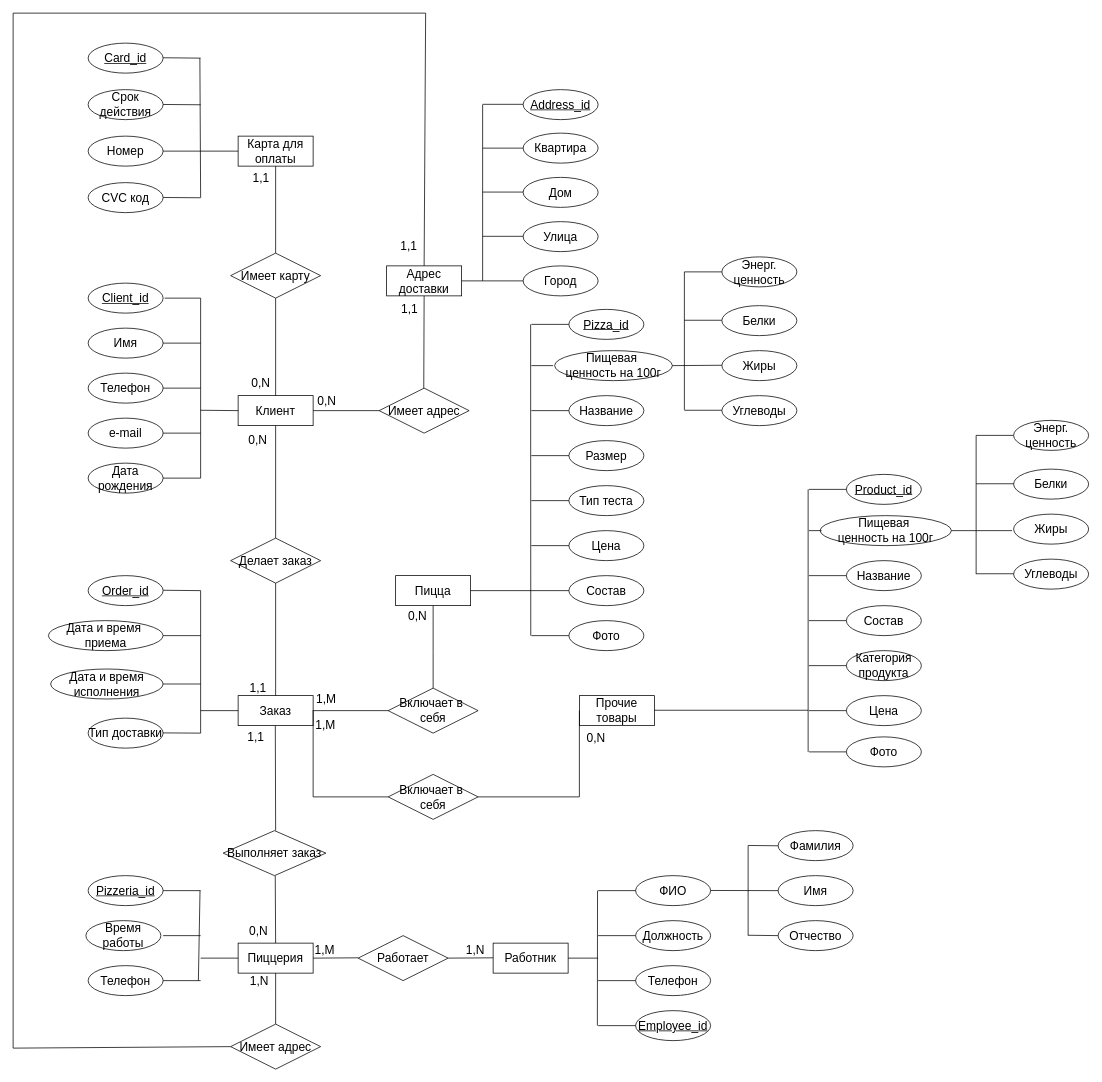
This is er_dodo.drawio from iudinads/ER-diagrams, a draw.io file, before an edit. Source tidied: cells renumbered, new cells numbered last; positions are measured from the earlier drawing's top-left corner, leaving out a move shared by most shapes. Both pictures are drawn from the tidied source at 75%, with x=0, y=0 at pixel (13, 13).
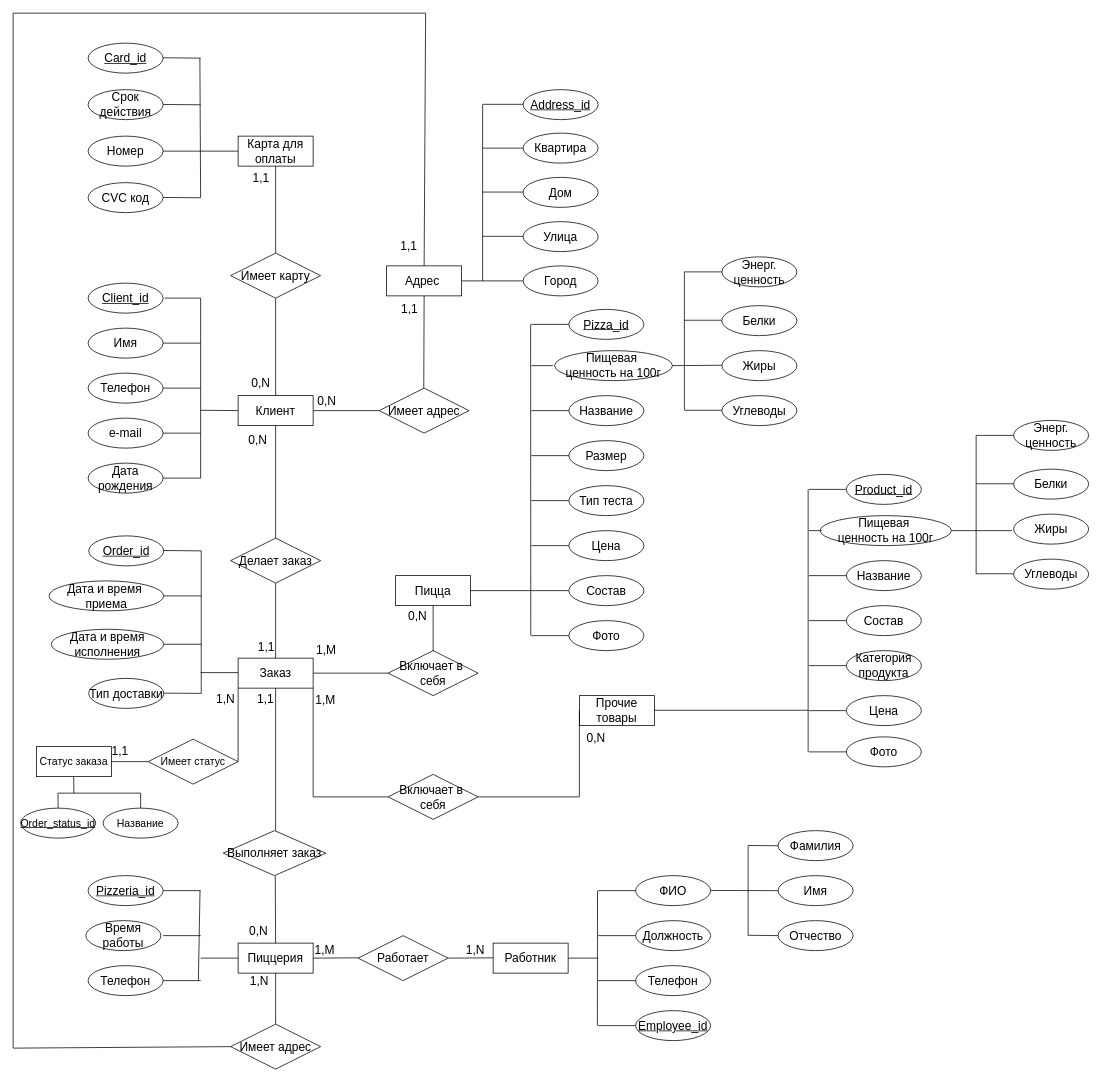
Above is the later version.

The change refers to these unchanged cells:
```xml
<mxCell id="28" style="endArrow=none;html=1;rounded=0;exitX=0.5;exitY=1;exitDx=0;exitDy=0;entryX=0.5;entryY=0;entryDx=0;entryDy=0;fontSize=16;" parent="1" edge="1" source="25" target="14">
  <mxGeometry relative="1" as="geometry" />
</mxCell>
<mxCell id="67" value="Включает в&amp;nbsp;&lt;div style=&quot;font-size: 16px;&quot;&gt;себя&lt;/div&gt;" style="shape=rhombus;perimeter=rhombusPerimeter;whiteSpace=wrap;html=1;align=center;fontSize=16;" parent="1" vertex="1">
  <mxGeometry x="500" y="1015" width="120" height="60" as="geometry" />
</mxCell>
```

Diff of the diagram source:
```diff
@@
     <mxCell id="14" value="Заказ" style="whiteSpace=wrap;html=1;align=center;fontSize=16;" parent="1" vertex="1">
-      <mxGeometry x="300" y="910" width="100" height="40" as="geometry" />
+      <mxGeometry x="300" y="860" width="100" height="40" as="geometry" />
     </mxCell>
     <mxCell id="15" value="Order_id" style="ellipse;whiteSpace=wrap;html=1;align=center;fontStyle=4;fontSize=16;" parent="1" vertex="1">
-      <mxGeometry x="100" y="750" width="100" height="40" as="geometry" />
+      <mxGeometry x="100.8" y="697" width="100" height="40" as="geometry" />
     </mxCell>
     <mxCell id="16" value="Дата и время&amp;nbsp;&lt;div style=&quot;font-size: 16px;&quot;&gt;приема&lt;/div&gt;" style="ellipse;whiteSpace=wrap;html=1;align=center;fontSize=16;" parent="1" vertex="1">
-      <mxGeometry x="47" y="810" width="153" height="40" as="geometry" />
+      <mxGeometry x="47.8" y="757" width="153" height="40" as="geometry" />
     </mxCell>
     <mxCell id="17" value="Дата и время&lt;div style=&quot;font-size: 16px;&quot;&gt;исполнения&lt;/div&gt;" style="ellipse;whiteSpace=wrap;html=1;align=center;fontSize=16;" parent="1" vertex="1">
-      <mxGeometry x="50" y="874.5" width="150" height="40" as="geometry" />
+      <mxGeometry x="50.8" y="821.5" width="150" height="40" as="geometry" />
     </mxCell>
     <mxCell id="18" value="Тип доставки" style="ellipse;whiteSpace=wrap;html=1;align=center;fontSize=16;" parent="1" vertex="1">
-      <mxGeometry x="100" y="940" width="100" height="40" as="geometry" />
+      <mxGeometry x="100.8" y="887" width="100" height="40" as="geometry" />
     </mxCell>
     <mxCell id="19" style="endArrow=none;html=1;rounded=0;fontSize=16;" parent="1" edge="1">
       <mxGeometry relative="1" as="geometry">
-        <mxPoint x="200" y="769.5" as="sourcePoint" />
-        <mxPoint x="250" y="770" as="targetPoint" />
+        <mxPoint x="200.8" y="716.5" as="sourcePoint" />
+        <mxPoint x="250.8" y="717" as="targetPoint" />
       </mxGeometry>
     </mxCell>
     <mxCell id="20" style="line;strokeWidth=1;dashed=0;labelPosition=right;align=left;verticalAlign=middle;spacingTop=0;spacingLeft=6;fontSize=16;" parent="1" vertex="1">
-      <mxGeometry x="200" y="825" width="50" height="10" as="geometry" />
+      <mxGeometry x="200.8" y="772" width="50" height="10" as="geometry" />
     </mxCell>
     <mxCell id="21" style="line;strokeWidth=1;dashed=0;labelPosition=right;align=left;verticalAlign=middle;spacingTop=0;spacingLeft=6;fontSize=16;" parent="1" vertex="1">
-      <mxGeometry x="200" y="889.5" width="50" height="10" as="geometry" />
+      <mxGeometry x="200.8" y="836.5" width="50" height="10" as="geometry" />
     </mxCell>
     <mxCell id="22" style="endArrow=none;html=1;rounded=0;fontSize=16;" parent="1" edge="1">
       <mxGeometry relative="1" as="geometry">
-        <mxPoint x="200" y="959.7" as="sourcePoint" />
-        <mxPoint x="250" y="960" as="targetPoint" />
+        <mxPoint x="200.8" y="906.7" as="sourcePoint" />
+        <mxPoint x="250.8" y="907" as="targetPoint" />
       </mxGeometry>
     </mxCell>
     <mxCell id="23" style="endArrow=none;html=1;rounded=0;fontSize=16;" parent="1" edge="1">
       <mxGeometry relative="1" as="geometry">
-        <mxPoint x="250" y="770" as="sourcePoint" />
-        <mxPoint x="250" y="960" as="targetPoint" />
+        <mxPoint x="250.8" y="717" as="sourcePoint" />
+        <mxPoint x="250.8" y="907" as="targetPoint" />
       </mxGeometry>
     </mxCell>
     <mxCell id="24" style="endArrow=none;html=1;rounded=0;fontSize=16;" parent="1" edge="1">
       <mxGeometry relative="1" as="geometry">
-        <mxPoint x="250" y="930" as="sourcePoint" />
-        <mxPoint x="300" y="930" as="targetPoint" />
+        <mxPoint x="250" y="879.3" as="sourcePoint" />
+        <mxPoint x="300" y="879.3" as="targetPoint" />
       </mxGeometry>
     </mxCell>
@@
     <mxCell id="29" value="1,1" style="html=1;whiteSpace=wrap;align=right;verticalAlign=bottom;fontSize=16;" parent="28" vertex="1">
       <mxGeometry x="1" relative="1" as="geometry">
-        <mxPoint x="-11" as="offset" />
+        <mxPoint y="-4" as="offset" />
       </mxGeometry>
     </mxCell>
@@
-    <mxCell id="40" style="endArrow=none;html=1;rounded=0;exitX=0.5;exitY=1;exitDx=0;exitDy=0;fontSize=16;" parent="1" edge="1">
+    <mxCell id="40" style="endArrow=none;html=1;rounded=0;exitX=0.5;exitY=1;exitDx=0;exitDy=0;fontSize=16;" parent="1" edge="1" source="14">
       <mxGeometry relative="1" as="geometry">
-        <mxPoint x="349.6" y="950" as="sourcePoint" />
         <mxPoint x="350" y="1090" as="targetPoint" />
       </mxGeometry>
     </mxCell>
     <mxCell id="41" value="1,1" style="html=1;whiteSpace=wrap;align=right;verticalAlign=bottom;fontSize=16;" parent="40" vertex="1">
       <mxGeometry x="1" relative="1" as="geometry">
-        <mxPoint x="-14" y="-114" as="offset" />
+        <mxPoint x="-1" y="-165" as="offset" />
       </mxGeometry>
     </mxCell>
@@
-    <mxCell id="70" style="endArrow=none;html=1;rounded=0;entryX=0;entryY=0.5;entryDx=0;entryDy=0;fontSize=16;" parent="1" edge="1" target="67">
+    <mxCell id="70" style="endArrow=none;html=1;rounded=0;entryX=0;entryY=0.5;entryDx=0;entryDy=0;fontSize=16;exitX=1;exitY=1;exitDx=0;exitDy=0;" parent="1" edge="1" source="14" target="67">
       <mxGeometry relative="1" as="geometry">
-        <mxPoint x="400" y="929.3" as="sourcePoint" />
         <Array as="points">
           <mxPoint x="400" y="1045" />
         </Array>
       </mxGeometry>
     </mxCell>
     <mxCell id="71" value="1,M" style="html=1;whiteSpace=wrap;align=right;verticalAlign=bottom;fontSize=16;" parent="70" vertex="1">
       <mxGeometry x="1" relative="1" as="geometry">
-        <mxPoint x="-69" y="-85" as="offset" />
+        <mxPoint x="-69" y="-118" as="offset" />
       </mxGeometry>
     </mxCell>
@@
     <mxCell id="127" value="Включает в&amp;nbsp;&lt;div style=&quot;font-size: 16px;&quot;&gt;себя&lt;/div&gt;" style="shape=rhombus;perimeter=rhombusPerimeter;whiteSpace=wrap;html=1;align=center;fontSize=16;" parent="1" vertex="1">
-      <mxGeometry x="500" y="900" width="120" height="60" as="geometry" />
+      <mxGeometry x="500" y="850" width="120" height="60" as="geometry" />
     </mxCell>
@@
     <mxCell id="129" value="1,M" style="html=1;whiteSpace=wrap;align=right;verticalAlign=bottom;fontSize=16;" parent="1" vertex="1">
-      <mxGeometry x="432" y="924.5" as="geometry" />
+      <mxGeometry x="432" y="860" as="geometry" />
     </mxCell>
@@
-    <mxCell id="145" value="Адрес доставки" style="whiteSpace=wrap;html=1;align=center;fontSize=16;" parent="1" vertex="1">
+    <mxCell id="145" value="Адрес&amp;nbsp;" style="whiteSpace=wrap;html=1;align=center;fontSize=16;" parent="1" vertex="1">
       <mxGeometry x="498" y="337" width="100" height="40" as="geometry" />
     </mxCell>
@@
+    <mxCell id="170" value="&lt;font style=&quot;font-size: 14px;&quot;&gt;Имеет статус&lt;/font&gt;" style="shape=rhombus;perimeter=rhombusPerimeter;whiteSpace=wrap;html=1;align=center;" parent="1" vertex="1">
+      <mxGeometry x="180" y="968" width="120" height="60" as="geometry" />
+    </mxCell>
+    <mxCell id="171" style="endArrow=none;html=1;rounded=0;exitX=1;exitY=0.5;exitDx=0;exitDy=0;entryX=0;entryY=1;entryDx=0;entryDy=0;" parent="1" edge="1" source="170" target="14">
+      <mxGeometry relative="1" as="geometry" />
+    </mxCell>
+    <mxCell id="172" value="&lt;font style=&quot;font-size: 16px;&quot;&gt;1,N&lt;/font&gt;" style="html=1;whiteSpace=wrap;align=right;verticalAlign=bottom;" parent="171" vertex="1">
+      <mxGeometry x="1" relative="1" as="geometry">
+        <mxPoint x="-3" y="25" as="offset" />
+      </mxGeometry>
+    </mxCell>
+    <mxCell id="173" value="&lt;font style=&quot;font-size: 14px;&quot;&gt;Статус заказа&lt;/font&gt;" style="whiteSpace=wrap;html=1;align=center;" parent="1" vertex="1">
+      <mxGeometry x="31" y="978" width="100" height="40" as="geometry" />
+    </mxCell>
+    <mxCell id="174" style="endArrow=none;html=1;rounded=0;entryX=1;entryY=0.5;entryDx=0;entryDy=0;exitX=0;exitY=0.5;exitDx=0;exitDy=0;" parent="1" edge="1" source="170" target="173">
+      <mxGeometry relative="1" as="geometry" />
+    </mxCell>
+    <mxCell id="175" value="&lt;font style=&quot;font-size: 16px;&quot;&gt;1,1&lt;/font&gt;" style="html=1;whiteSpace=wrap;align=right;verticalAlign=bottom;" parent="174" vertex="1">
+      <mxGeometry x="1" relative="1" as="geometry">
+        <mxPoint x="24" y="-3" as="offset" />
+      </mxGeometry>
+    </mxCell>
+    <mxCell id="176" style="endArrow=none;html=1;rounded=0;" parent="1" edge="1">
+      <mxGeometry relative="1" as="geometry">
+        <mxPoint x="60" y="1040" as="sourcePoint" />
+        <mxPoint x="170" y="1040" as="targetPoint" />
+      </mxGeometry>
+    </mxCell>
+    <mxCell id="177" value="&lt;font style=&quot;font-size: 14px;&quot;&gt;Название&lt;/font&gt;" style="ellipse;whiteSpace=wrap;html=1;align=center;" parent="1" vertex="1">
+      <mxGeometry x="120" y="1060" width="100" height="40" as="geometry" />
+    </mxCell>
+    <mxCell id="178" value="&lt;font style=&quot;font-size: 14px;&quot;&gt;Order_status_id&lt;/font&gt;" style="ellipse;whiteSpace=wrap;html=1;align=center;fontStyle=4;" parent="1" vertex="1">
+      <mxGeometry x="10" y="1060" width="100" height="40" as="geometry" />
+    </mxCell>
+    <mxCell id="179" style="endArrow=none;html=1;rounded=0;" parent="1" edge="1">
+      <mxGeometry relative="1" as="geometry">
+        <mxPoint x="170" y="1060" as="sourcePoint" />
+        <mxPoint x="170" y="1040" as="targetPoint" />
+      </mxGeometry>
+    </mxCell>
+    <mxCell id="180" style="endArrow=none;html=1;rounded=0;" parent="1" edge="1">
+      <mxGeometry relative="1" as="geometry">
+        <mxPoint x="60" y="1060" as="sourcePoint" />
+        <mxPoint x="59.8" y="1040" as="targetPoint" />
+      </mxGeometry>
+    </mxCell>
+    <mxCell id="181" style="endArrow=none;html=1;rounded=0;" parent="1" edge="1">
+      <mxGeometry relative="1" as="geometry">
+        <mxPoint x="81" y="1040" as="sourcePoint" />
+        <mxPoint x="80.8" y="1018" as="targetPoint" />
+      </mxGeometry>
+    </mxCell>
```
